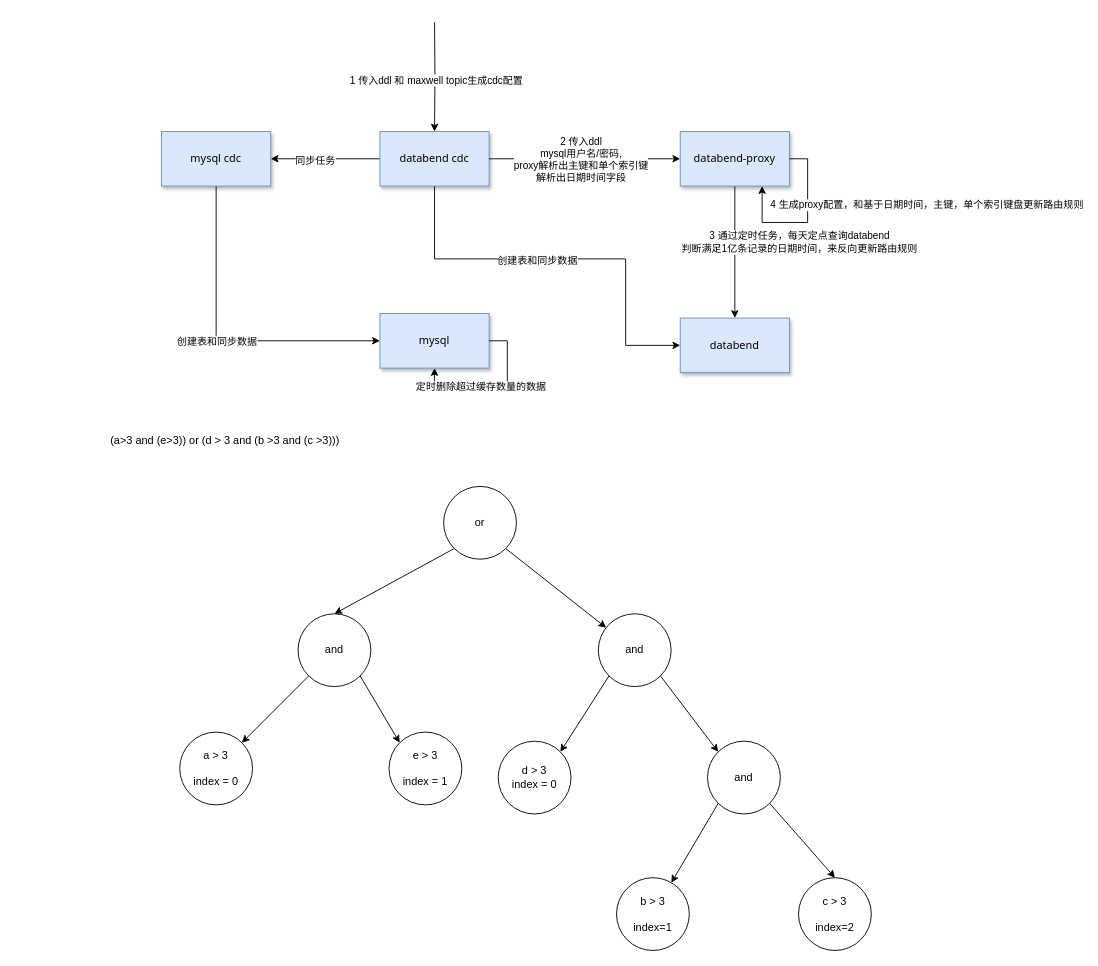
The draw.io diagram doc/databend-mysql缓存实现设计.drawio in jackjoesh/databend, before the edit. Source tidied: cells renumbered, new cells numbered last; positions are measured from the earlier drawing's top-left corner, leaving out a move shared by most shapes. Both pictures are drawn from the tidied source at 91%, with x=0, y=0 at pixel (15, 22).
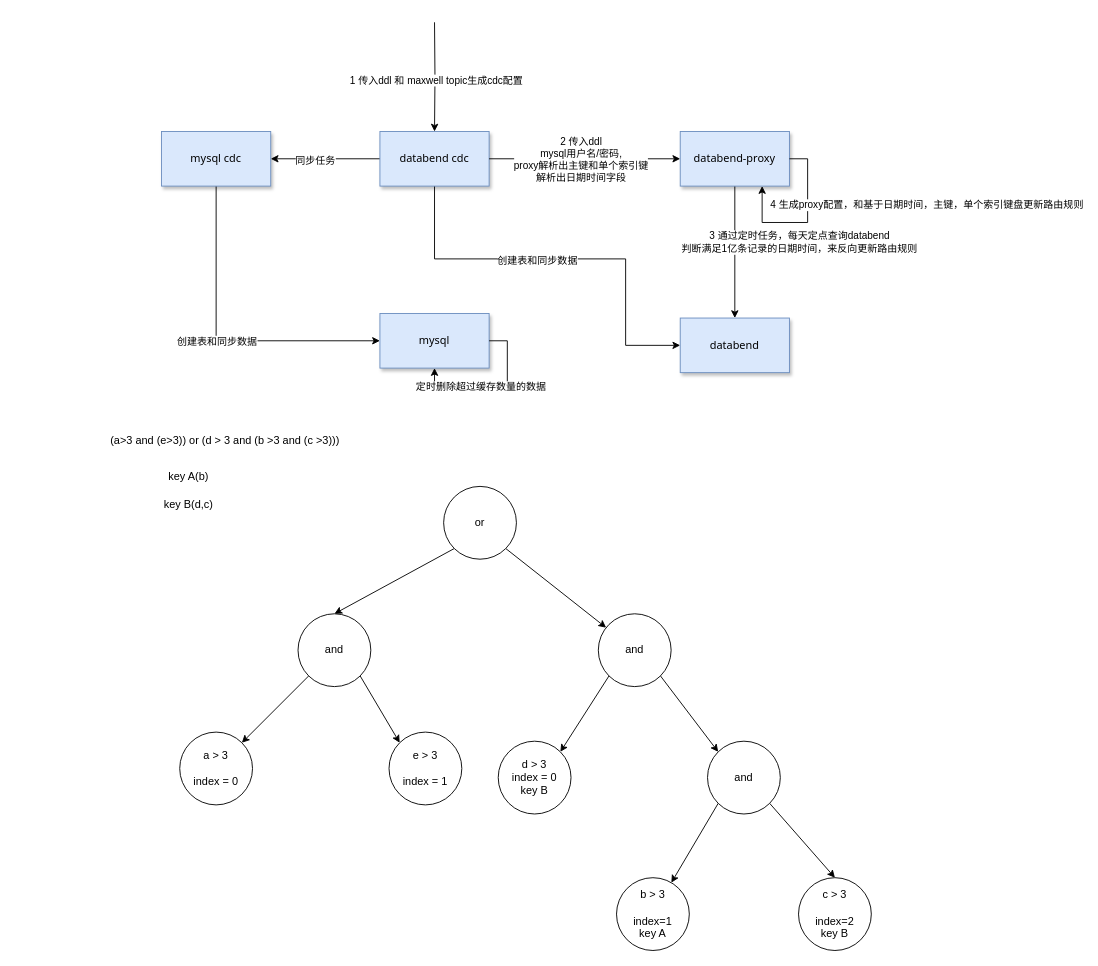
The same diagram, later.

Commit message:
更新databend-mysql缓存实现设计.drawio

Diff of the diagram source:
```diff
@@
-    <mxCell id="33" value="d &amp;gt; 3&lt;br&gt;index = 0" style="ellipse;whiteSpace=wrap;html=1;" parent="1" vertex="1">
+    <mxCell id="33" value="d &amp;gt; 3&lt;br&gt;index = 0&lt;br&gt;key B" style="ellipse;whiteSpace=wrap;html=1;" parent="1" vertex="1">
       <mxGeometry x="530" y="790" width="80" height="80" as="geometry" />
     </mxCell>
@@
-    <mxCell id="37" value="b &amp;gt; 3&lt;br&gt;&lt;br&gt;index=1" style="ellipse;whiteSpace=wrap;html=1;" parent="1" vertex="1">
+    <mxCell id="37" value="b &amp;gt; 3&lt;br&gt;&lt;br&gt;index=1&lt;br&gt;key A" style="ellipse;whiteSpace=wrap;html=1;" parent="1" vertex="1">
       <mxGeometry x="660" y="940" width="80" height="80" as="geometry" />
     </mxCell>
-    <mxCell id="38" value="c &amp;gt; 3&lt;br&gt;&lt;br&gt;index=2" style="ellipse;whiteSpace=wrap;html=1;" parent="1" vertex="1">
+    <mxCell id="38" value="c &amp;gt; 3&lt;br&gt;&lt;br&gt;index=2&lt;br&gt;key B" style="ellipse;whiteSpace=wrap;html=1;" parent="1" vertex="1">
       <mxGeometry x="860" y="940" width="80" height="80" as="geometry" />
     </mxCell>
@@
+    <mxCell id="41" value="key A(b)" style="text;html=1;align=center;verticalAlign=middle;whiteSpace=wrap;rounded=0;" parent="1" vertex="1">
+      <mxGeometry x="90" y="490" width="200" height="20" as="geometry" />
+    </mxCell>
+    <mxCell id="42" value="key B(d,c)" style="text;html=1;align=center;verticalAlign=middle;whiteSpace=wrap;rounded=0;" parent="1" vertex="1">
+      <mxGeometry x="90" y="520" width="200" height="20" as="geometry" />
+    </mxCell>
```
